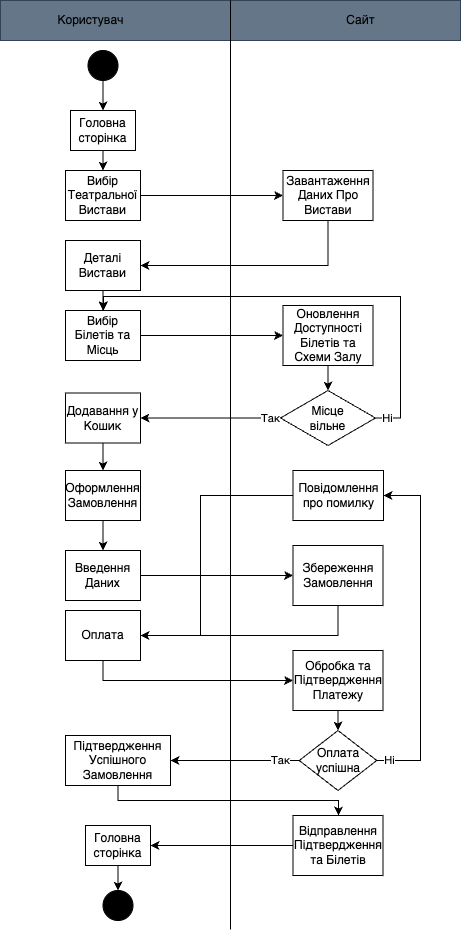
Above: UI&UX Design/Lab_4/Діаграма діяльності.png in Yarik-Za/KHAI_Labs_folder_Desktop_ (draw.io), before the change. Source tidied: cells renumbered, new cells last; positions are measured from the earlier drawing's top-left corner, leaving out a move shared by most shapes.
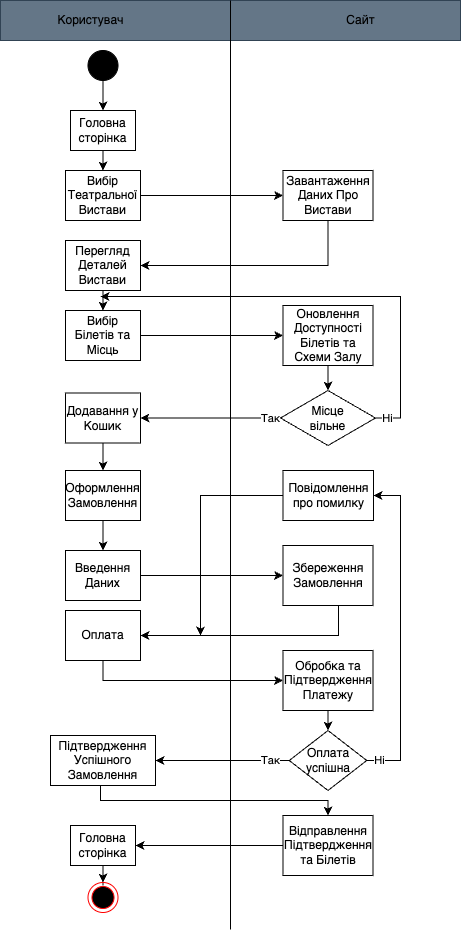
The same diagram one commit later.

The edit, as a diff of the source:
```diff
@@ -41,7 +41,7 @@
     <mxCell id="13" style="edgeStyle=orthogonalEdgeStyle;rounded=0;jettySize=auto;html=1;" parent="1" edge="1" source="14" target="16">
       <mxGeometry relative="1" as="geometry" />
     </mxCell>
-    <mxCell id="14" value="Деталі Вистави" style="rounded=0;whiteSpace=wrap;html=1;" parent="1" vertex="1">
+    <mxCell id="14" value="Перегляд&lt;br&gt;Деталей Вистави" style="rounded=0;whiteSpace=wrap;html=1;" parent="1" vertex="1">
       <mxGeometry x="65" y="240" width="75" height="50" as="geometry" />
     </mxCell>
     <mxCell id="15" style="edgeStyle=orthogonalEdgeStyle;rounded=0;jettySize=auto;html=1;entryX=0;entryY=0.5;entryDx=0;entryDy=0;" parent="1" edge="1" source="16" target="30">
@@ -78,16 +78,16 @@
     <mxCell id="24" value="Оплата" style="rounded=0;whiteSpace=wrap;html=1;" parent="1" vertex="1">
       <mxGeometry x="65" y="610" width="75" height="50" as="geometry" />
     </mxCell>
-    <mxCell id="25" style="edgeStyle=orthogonalEdgeStyle;rounded=0;jettySize=auto;html=1;" parent="1" edge="1" source="26" target="36">
+    <mxCell id="25" style="edgeStyle=orthogonalEdgeStyle;rounded=0;jettySize=auto;html=1;entryX=0.5;entryY=0;entryDx=0;entryDy=0;" parent="1" edge="1" source="26" target="36">
       <mxGeometry relative="1" as="geometry">
         <Array as="points">
-          <mxPoint x="118" y="800" />
-          <mxPoint x="338" y="800" />
+          <mxPoint x="100" y="800" />
+          <mxPoint x="328" y="800" />
         </Array>
       </mxGeometry>
     </mxCell>
     <mxCell id="26" value="Підтвердження Успішного Замовлення" style="rounded=0;whiteSpace=wrap;html=1;" parent="1" vertex="1">
-      <mxGeometry x="65" y="735" width="105" height="50" as="geometry" />
+      <mxGeometry x="50" y="735" width="105" height="50" as="geometry" />
     </mxCell>
     <mxCell id="27" style="edgeStyle=orthogonalEdgeStyle;rounded=0;jettySize=auto;html=1;" parent="1" edge="1" source="28" target="14">
       <mxGeometry relative="1" as="geometry">
@@ -113,29 +113,26 @@
       </mxGeometry>
     </mxCell>
     <mxCell id="32" value="Збереження Замовлення" style="rounded=0;whiteSpace=wrap;html=1;" parent="1" vertex="1">
-      <mxGeometry x="292.5" y="545" width="90" height="60" as="geometry" />
+      <mxGeometry x="282.5" y="545" width="90" height="60" as="geometry" />
     </mxCell>
     <mxCell id="33" style="edgeStyle=orthogonalEdgeStyle;rounded=0;jettySize=auto;html=1;" parent="1" edge="1" source="34" target="43">
       <mxGeometry relative="1" as="geometry" />
     </mxCell>
     <mxCell id="34" value="Обробка та Підтвердження Платежу" style="rounded=0;whiteSpace=wrap;html=1;" parent="1" vertex="1">
-      <mxGeometry x="292.5" y="650" width="90" height="60" as="geometry" />
+      <mxGeometry x="282.5" y="650" width="90" height="60" as="geometry" />
     </mxCell>
     <mxCell id="35" style="edgeStyle=orthogonalEdgeStyle;rounded=0;jettySize=auto;html=1;" parent="1" edge="1" source="36" target="47">
       <mxGeometry relative="1" as="geometry" />
     </mxCell>
     <mxCell id="36" value="Відправлення Підтвердження та Білетів" style="rounded=0;whiteSpace=wrap;html=1;" parent="1" vertex="1">
-      <mxGeometry x="292.5" y="815" width="90" height="60" as="geometry" />
+      <mxGeometry x="282.5" y="815" width="90" height="60" as="geometry" />
     </mxCell>
-    <mxCell id="37" style="ellipse;whiteSpace=wrap;html=1;fillColor=#000000;" parent="1" vertex="1">
-      <mxGeometry x="102.5" y="890" width="30" height="30" as="geometry" />
-    </mxCell>
-    <mxCell id="38" value="Ні" style="edgeStyle=orthogonalEdgeStyle;rounded=0;jettySize=auto;html=1;" parent="1" edge="1" source="40" target="16">
+    <mxCell id="38" value="Ні" style="edgeStyle=orthogonalEdgeStyle;rounded=0;jettySize=auto;html=1;" parent="1" edge="1" source="40">
       <mxGeometry x="-0.95" relative="1" as="geometry">
+        <mxPoint x="100" y="296" as="targetPoint" />
         <Array as="points">
           <mxPoint x="400" y="418" />
           <mxPoint x="400" y="296" />
-          <mxPoint x="103" y="296" />
         </Array>
         <mxPoint x="1" as="offset" />
       </mxGeometry>
@@ -149,8 +146,8 @@
     <mxCell id="41" value="Ні" style="edgeStyle=orthogonalEdgeStyle;rounded=0;jettySize=auto;html=1;entryX=1;entryY=0.5;entryDx=0;entryDy=0;" parent="1" edge="1" source="43" target="45">
       <mxGeometry x="-0.92" relative="1" as="geometry">
         <Array as="points">
-          <mxPoint x="420" y="760" />
-          <mxPoint x="420" y="495" />
+          <mxPoint x="400" y="760" />
+          <mxPoint x="400" y="495" />
         </Array>
       </mxGeometry>
     </mxCell>
@@ -158,10 +155,11 @@
       <mxGeometry x="-0.71" relative="1" as="geometry" />
     </mxCell>
     <mxCell id="43" value="Оплата успішна" style="rhombus;whiteSpace=wrap;html=1;rounded=0;" parent="1" vertex="1">
-      <mxGeometry x="298.8" y="730" width="77.5" height="60" as="geometry" />
+      <mxGeometry x="288.8" y="730" width="77.5" height="60" as="geometry" />
     </mxCell>
-    <mxCell id="44" style="edgeStyle=orthogonalEdgeStyle;rounded=0;jettySize=auto;html=1;" parent="1" edge="1" source="45" target="24">
+    <mxCell id="44" style="edgeStyle=orthogonalEdgeStyle;rounded=0;jettySize=auto;html=1;" parent="1" edge="1" source="45">
       <mxGeometry relative="1" as="geometry">
+        <mxPoint x="200" y="635" as="targetPoint" />
         <Array as="points">
           <mxPoint x="200" y="495" />
           <mxPoint x="200" y="635" />
@@ -169,13 +167,16 @@
       </mxGeometry>
     </mxCell>
     <mxCell id="45" value="Повідомлення про помилку" style="whiteSpace=wrap;html=1;rounded=0;" parent="1" vertex="1">
-      <mxGeometry x="292.5" y="470" width="90.5" height="50" as="geometry" />
+      <mxGeometry x="282.5" y="470" width="90.5" height="50" as="geometry" />
     </mxCell>
-    <mxCell id="46" style="edgeStyle=orthogonalEdgeStyle;rounded=0;jettySize=auto;html=1;" parent="1" edge="1" source="47" target="37">
+    <mxCell id="46" style="edgeStyle=orthogonalEdgeStyle;rounded=0;jettySize=auto;html=1;" parent="1" edge="1" source="47" target="48">
       <mxGeometry relative="1" as="geometry" />
     </mxCell>
     <mxCell id="47" value="Головна сторінка" style="rounded=0;whiteSpace=wrap;html=1;" parent="1" vertex="1">
-      <mxGeometry x="85" y="825" width="65" height="40" as="geometry" />
+      <mxGeometry x="70" y="825" width="65" height="40" as="geometry" />
     </mxCell>
+    <mxCell id="48" style="ellipse;html=1;shape=endState;fillColor=#000000;strokeColor=#ff0000;" parent="1" vertex="1">
+      <mxGeometry x="87.5" y="882" width="30" height="30" as="geometry" />
+    </mxCell>
   </root>
 </mxGraphModel>
```
